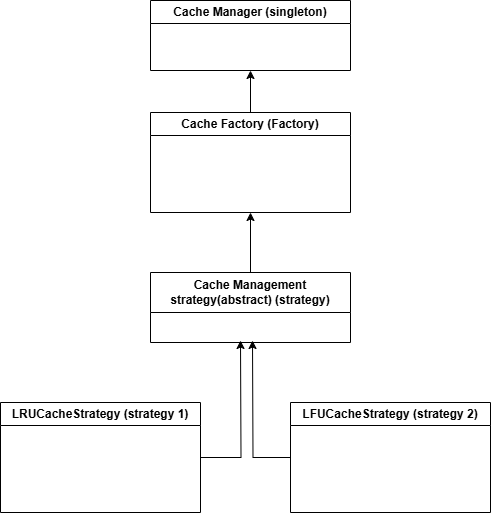
ashu7mishra/Django keeps this draw.io diagram as CacheManagementService/cacheManagementApp.drawio.png. Above is the earlier version. Source tidied: cells renumbered, new cells last; positions are measured from the earlier drawing's top-left corner, leaving out a move shared by most shapes.
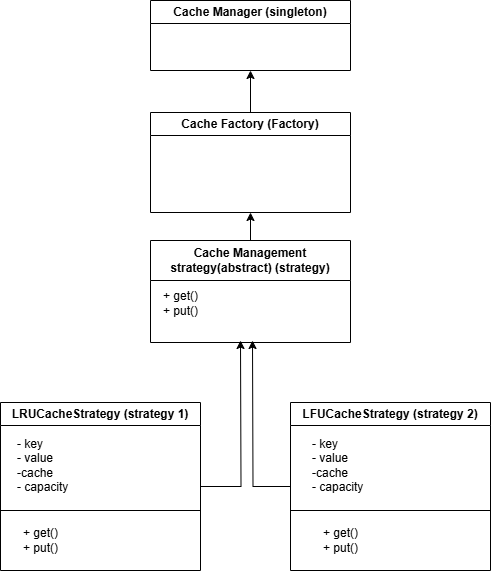
The same file after the commit.

Diff of the diagram source:
```diff
@@ -2,36 +2,69 @@
   <root>
     <mxCell id="0" />
     <mxCell id="1" parent="0" />
+    <mxCell id="11" style="group;" parent="1" vertex="1">
+      <mxGeometry width="490" height="570" as="geometry" />
+    </mxCell>
-    <mxCell id="2" style="edgeStyle=orthogonalEdgeStyle;rounded=0;jettySize=auto;html=1;entryX=0.5;entryY=1;entryDx=0;entryDy=0;" parent="1" edge="1" source="3" target="9">
+    <mxCell id="2" style="edgeStyle=orthogonalEdgeStyle;rounded=0;jettySize=auto;html=1;entryX=0.5;entryY=1;entryDx=0;entryDy=0;" parent="11" edge="1" source="3" target="9">
       <mxGeometry relative="1" as="geometry" />
     </mxCell>
-    <mxCell id="3" value="Cache Management strategy(abstract) (strategy)" style="swimlane;whiteSpace=wrap;html=1;startSize=40;" parent="1" vertex="1">
-      <mxGeometry x="150" y="272" width="200" height="70" as="geometry" />
+    <mxCell id="3" value="Cache Management strategy(abstract) (strategy)" style="swimlane;whiteSpace=wrap;html=1;startSize=40;" parent="11" vertex="1">
+      <mxGeometry x="150" y="240" width="200" height="102" as="geometry" />
     </mxCell>
+    <mxCell id="12" value="+ get()&lt;div&gt;+ put()&lt;/div&gt;" style="text;html=1;align=center;verticalAlign=middle;strokeColor=none;fillColor=none;" parent="3" vertex="1">
+      <mxGeometry y="43" width="60" height="40" as="geometry" />
+    </mxCell>
-    <mxCell id="4" style="edgeStyle=orthogonalEdgeStyle;rounded=0;jettySize=auto;html=1;exitX=1;exitY=0.5;exitDx=0;exitDy=0;" parent="1" edge="1" source="5">
+    <mxCell id="4" style="edgeStyle=orthogonalEdgeStyle;rounded=0;jettySize=auto;html=1;exitX=1;exitY=0.5;exitDx=0;exitDy=0;" parent="11" edge="1" source="5">
       <mxGeometry relative="1" as="geometry">
         <mxPoint x="240" y="340" as="targetPoint" />
       </mxGeometry>
     </mxCell>
-    <mxCell id="5" value="LRUCacheStrategy (strategy 1)" style="swimlane;whiteSpace=wrap;html=1;" parent="1" vertex="1">
-      <mxGeometry y="402" width="200" height="110" as="geometry" />
-    </mxCell>
-    <mxCell id="6" style="edgeStyle=orthogonalEdgeStyle;rounded=0;jettySize=auto;html=1;exitX=0;exitY=0.5;exitDx=0;exitDy=0;" parent="1" edge="1" source="7">
+    <mxCell id="6" style="edgeStyle=orthogonalEdgeStyle;rounded=0;jettySize=auto;html=1;exitX=0;exitY=0.5;exitDx=0;exitDy=0;" parent="11" edge="1" source="7">
       <mxGeometry relative="1" as="geometry">
         <mxPoint x="252" y="340" as="targetPoint" />
       </mxGeometry>
     </mxCell>
-    <mxCell id="7" value="LFUCacheStrategy&amp;nbsp;(strategy 2)" style="swimlane;whiteSpace=wrap;html=1;" parent="1" vertex="1">
-      <mxGeometry x="290" y="402" width="200" height="110" as="geometry" />
+    <mxCell id="7" value="LFUCacheStrategy&amp;nbsp;(strategy 2)" style="swimlane;whiteSpace=wrap;html=1;" parent="11" vertex="1">
+      <mxGeometry x="290" y="402" width="200" height="168" as="geometry" />
     </mxCell>
+    <mxCell id="13" style="endArrow=none;html=1;rounded=0;" parent="7" edge="1">
+      <mxGeometry relative="1" as="geometry">
+        <mxPoint y="108" as="sourcePoint" />
+        <mxPoint x="200" y="108" as="targetPoint" />
+      </mxGeometry>
+    </mxCell>
+    <mxCell id="14" value="- key&lt;div&gt;- value&lt;/div&gt;&lt;div&gt;-cache&lt;/div&gt;&lt;div&gt;- capacity&lt;/div&gt;" style="text;html=1;align=left;verticalAlign=middle;strokeColor=none;fillColor=none;" parent="7" vertex="1">
+      <mxGeometry x="20" y="28" width="70" height="70" as="geometry" />
+    </mxCell>
+    <mxCell id="15" value="+ get()&lt;div&gt;+ put()&lt;/div&gt;" style="text;html=1;align=center;verticalAlign=middle;strokeColor=none;fillColor=none;" parent="7" vertex="1">
+      <mxGeometry x="20" y="118" width="60" height="40" as="geometry" />
+    </mxCell>
-    <mxCell id="8" style="edgeStyle=orthogonalEdgeStyle;rounded=0;jettySize=auto;html=1;entryX=0.5;entryY=1;entryDx=0;entryDy=0;" parent="1" edge="1" source="9" target="10">
+    <mxCell id="8" style="edgeStyle=orthogonalEdgeStyle;rounded=0;jettySize=auto;html=1;entryX=0.5;entryY=1;entryDx=0;entryDy=0;" parent="11" edge="1" source="9" target="10">
       <mxGeometry relative="1" as="geometry" />
     </mxCell>
-    <mxCell id="9" value="Cache Factory (Factory)" style="swimlane;whiteSpace=wrap;html=1;" parent="1" vertex="1">
+    <mxCell id="9" value="Cache Factory (Factory)" style="swimlane;whiteSpace=wrap;html=1;" parent="11" vertex="1">
       <mxGeometry x="150" y="112" width="200" height="100" as="geometry" />
     </mxCell>
-    <mxCell id="10" value="Cache Manager (singleton)" style="swimlane;whiteSpace=wrap;html=1;" parent="1" vertex="1">
+    <mxCell id="10" value="Cache Manager (singleton)" style="swimlane;whiteSpace=wrap;html=1;" parent="11" vertex="1">
       <mxGeometry x="150" width="200" height="70" as="geometry" />
     </mxCell>
+    <mxCell id="16" style="group;" parent="11" vertex="1">
+      <mxGeometry y="402" width="200" height="168" as="geometry" />
+    </mxCell>
+    <mxCell id="5" value="LRUCacheStrategy (strategy 1)" style="swimlane;whiteSpace=wrap;html=1;" parent="16" vertex="1">
+      <mxGeometry width="200" height="168" as="geometry" />
+    </mxCell>
+    <mxCell id="17" value="- key&lt;div&gt;- value&lt;/div&gt;&lt;div&gt;-cache&lt;/div&gt;&lt;div&gt;- capacity&lt;/div&gt;" style="text;html=1;align=left;verticalAlign=middle;strokeColor=none;fillColor=none;" parent="5" vertex="1">
+      <mxGeometry x="15" y="28" width="70" height="70" as="geometry" />
+    </mxCell>
+    <mxCell id="18" value="+ get()&lt;div&gt;+ put()&lt;/div&gt;" style="text;html=1;align=center;verticalAlign=middle;strokeColor=none;fillColor=none;" parent="5" vertex="1">
+      <mxGeometry x="10" y="118" width="60" height="40" as="geometry" />
+    </mxCell>
+    <mxCell id="19" style="endArrow=none;html=1;rounded=0;" parent="16" edge="1">
+      <mxGeometry relative="1" as="geometry">
+        <mxPoint y="108" as="sourcePoint" />
+        <mxPoint x="200" y="108" as="targetPoint" />
+      </mxGeometry>
+    </mxCell>
   </root>
 </mxGraphModel>
```
